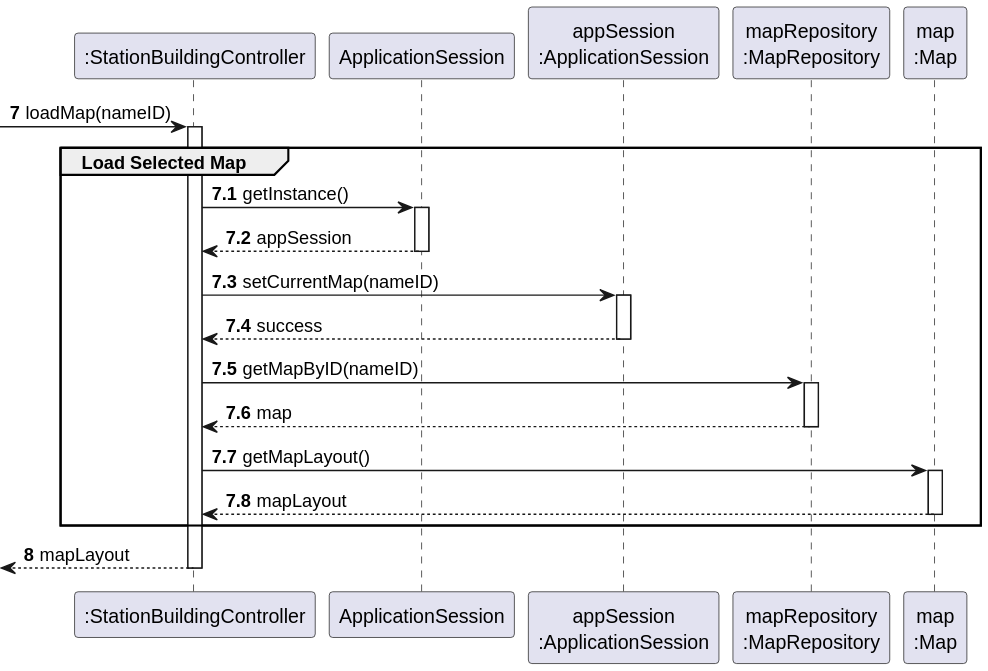
Above: docs/system-documentation/Sprint 2/US05/03.design/svg/US05-SD-partial-load-selected-map.svg in HenriqueSilva18/Railway-Network-Simulator (PlantUML), before the change.
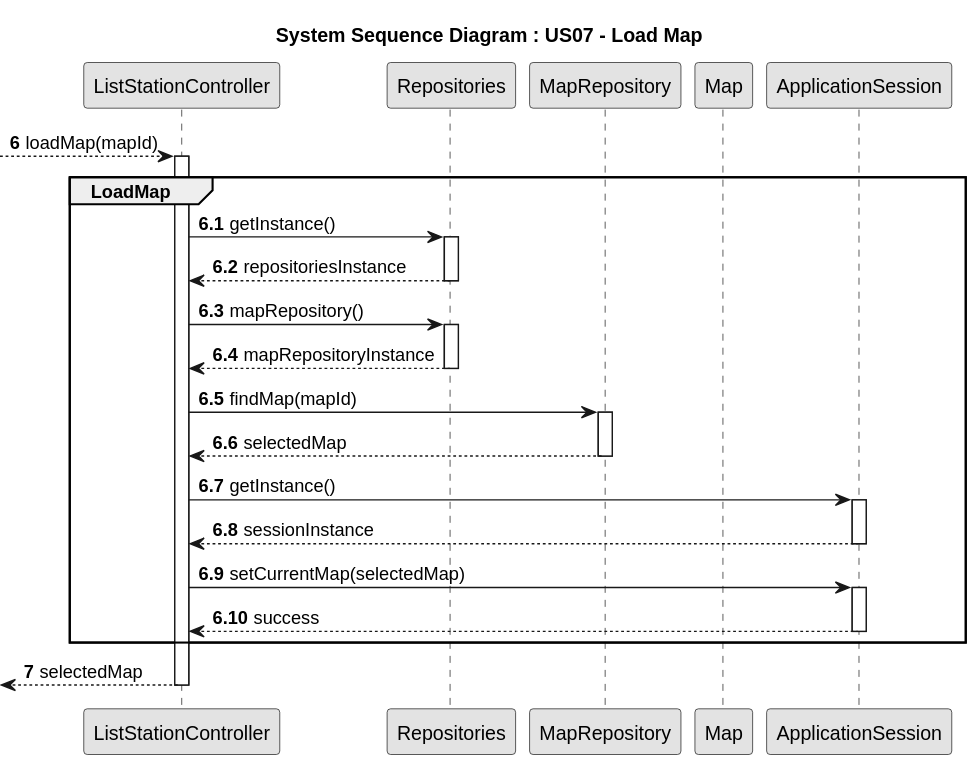
After the change.

What changed in the source:
```diff
@@ -1,41 +1,48 @@
 @startuml
+skinparam monochrome true
 skinparam packageStyle rectangle
 skinparam shadowing false
+autonumber
 
-participant ":StationBuildingController" as CTRL
-participant "ApplicationSession" as APP_SESSION
-participant "appSession\n:ApplicationSession" as APP_SESSION_SINGLETON
-participant "mapRepository\n:MapRepository" as MAP_REPO
-participant "map\n:Map" as MAP
+title System Sequence Diagram : US07 - Load Map
 
+participant ListStationController
+participant Repositories
+participant MapRepository
+participant Map
+participant ApplicationSession
+
+autonumber 6
+--> ListStationController: loadMap(mapId)
+activate ListStationController
+autonumber 6.1
+group LoadMap
+  ListStationController -> Repositories : getInstance()
+  activate Repositories
+  Repositories --> ListStationController : repositoriesInstance
+  deactivate Repositories
+
+  ListStationController -> Repositories : mapRepository()
+  activate Repositories
+  Repositories --> ListStationController : mapRepositoryInstance
+  deactivate Repositories
+
+  ListStationController -> MapRepository : findMap(mapId)
+  activate MapRepository
+  MapRepository --> ListStationController : selectedMap
+  deactivate MapRepository
+
+  ListStationController -> ApplicationSession : getInstance()
+  activate ApplicationSession
+  ApplicationSession --> ListStationController : sessionInstance
+  deactivate ApplicationSession
+
+  ListStationController -> ApplicationSession : setCurrentMap(selectedMap)
+  activate ApplicationSession
+  ApplicationSession --> ListStationController : success
+  deactivate ApplicationSession
+end
 autonumber 7
--> CTRL : loadMap(nameID)
-
-autonumber 7.1
-activate CTRL
-    group Load Selected Map
-        CTRL -> APP_SESSION: getInstance()
-        activate APP_SESSION
-            APP_SESSION --> CTRL: appSession
-        deactivate APP_SESSION
-
-        CTRL -> APP_SESSION_SINGLETON: setCurrentMap(nameID)
-        activate APP_SESSION_SINGLETON
-            APP_SESSION_SINGLETON --> CTRL: success
-        deactivate APP_SESSION_SINGLETON
-
-        CTRL -> MAP_REPO: getMapByID(nameID)
-        activate MAP_REPO
-            MAP_REPO --> CTRL: map
-        deactivate MAP_REPO
-
-        CTRL -> MAP: getMapLayout()
-        activate MAP
-            MAP --> CTRL: mapLayout
-        deactivate MAP
-    end
-
-    autonumber 8
-    <-- CTRL : mapLayout
-deactivate CTRL
+<-- ListStationController : selectedMap
+deactivate ListStationController
 @enduml
```
